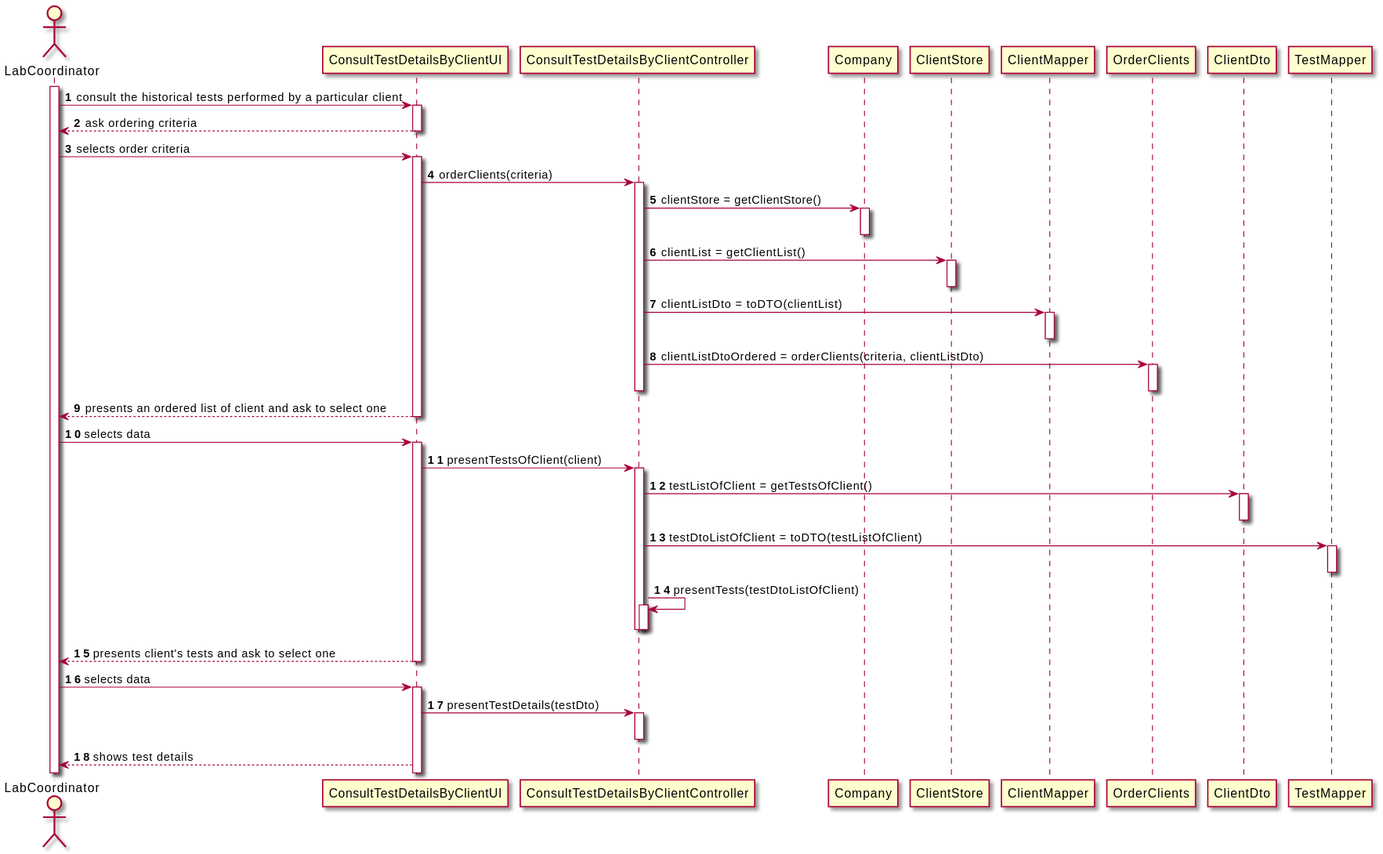
0franciscor/lei-21-s2-1de-g19 keeps this PlantUML diagram as docs/SprintD/US13/US13_SD.svg. Above is the earlier version. The source it was exported from:
```plantuml
@startuml

autonumber
actor "LabCoordinator" as LB
activate LB
LB -> ConsultTestDetailsByClientUI : consult the historical tests performed by a particular client
activate ConsultTestDetailsByClientUI
ConsultTestDetailsByClientUI --> LB : ask ordering criteria
deactivate ConsultTestDetailsByClientUI
LB -> ConsultTestDetailsByClientUI : selects order criteria
activate ConsultTestDetailsByClientUI
ConsultTestDetailsByClientUI -> ConsultTestDetailsByClientController : orderClients(criteria)
activate ConsultTestDetailsByClientController
ConsultTestDetailsByClientController -> Company : clientStore = getClientStore()
activate Company
deactivate Company
ConsultTestDetailsByClientController -> ClientStore : clientList = getClientList()
activate ClientStore
deactivate ClientStore
ConsultTestDetailsByClientController -> ClientMapper  : clientListDto = toDTO(clientList)
activate ClientMapper
deactivate ClientMapper
ConsultTestDetailsByClientController -> OrderClients : clientListDtoOrdered = orderClients(criteria, clientListDto)
activate OrderClients
deactivate OrderClients
deactivate ConsultTestDetailsByClientController

ConsultTestDetailsByClientUI --> LB : presents an ordered list of client and ask to select one
deactivate ConsultTestDetailsByClientUI
LB -> ConsultTestDetailsByClientUI : selects data
activate ConsultTestDetailsByClientUI
ConsultTestDetailsByClientUI -> ConsultTestDetailsByClientController :  presentTestsOfClient(client)
activate ConsultTestDetailsByClientController
ConsultTestDetailsByClientController -> ClientDto : testListOfClient = getTestsOfClient()
activate ClientDto
deactivate ClientDto
ConsultTestDetailsByClientController -> TestMapper : testDtoListOfClient = toDTO(testListOfClient)
activate TestMapper
deactivate TestMapper
ConsultTestDetailsByClientController -> ConsultTestDetailsByClientController ++ : presentTests(testDtoListOfClient)
deactivate ConsultTestDetailsByClientController
deactivate ConsultTestDetailsByClientController
ConsultTestDetailsByClientUI --> LB : presents client's tests and ask to select one
deactivate ConsultTestDetailsByClientUI
LB -> ConsultTestDetailsByClientUI : selects data
activate ConsultTestDetailsByClientUI
ConsultTestDetailsByClientUI -> ConsultTestDetailsByClientController  : presentTestDetails(testDto)
activate ConsultTestDetailsByClientController

deactivate ConsultTestDetailsByClientController
ConsultTestDetailsByClientUI --> LB : shows test details


@enduml
```
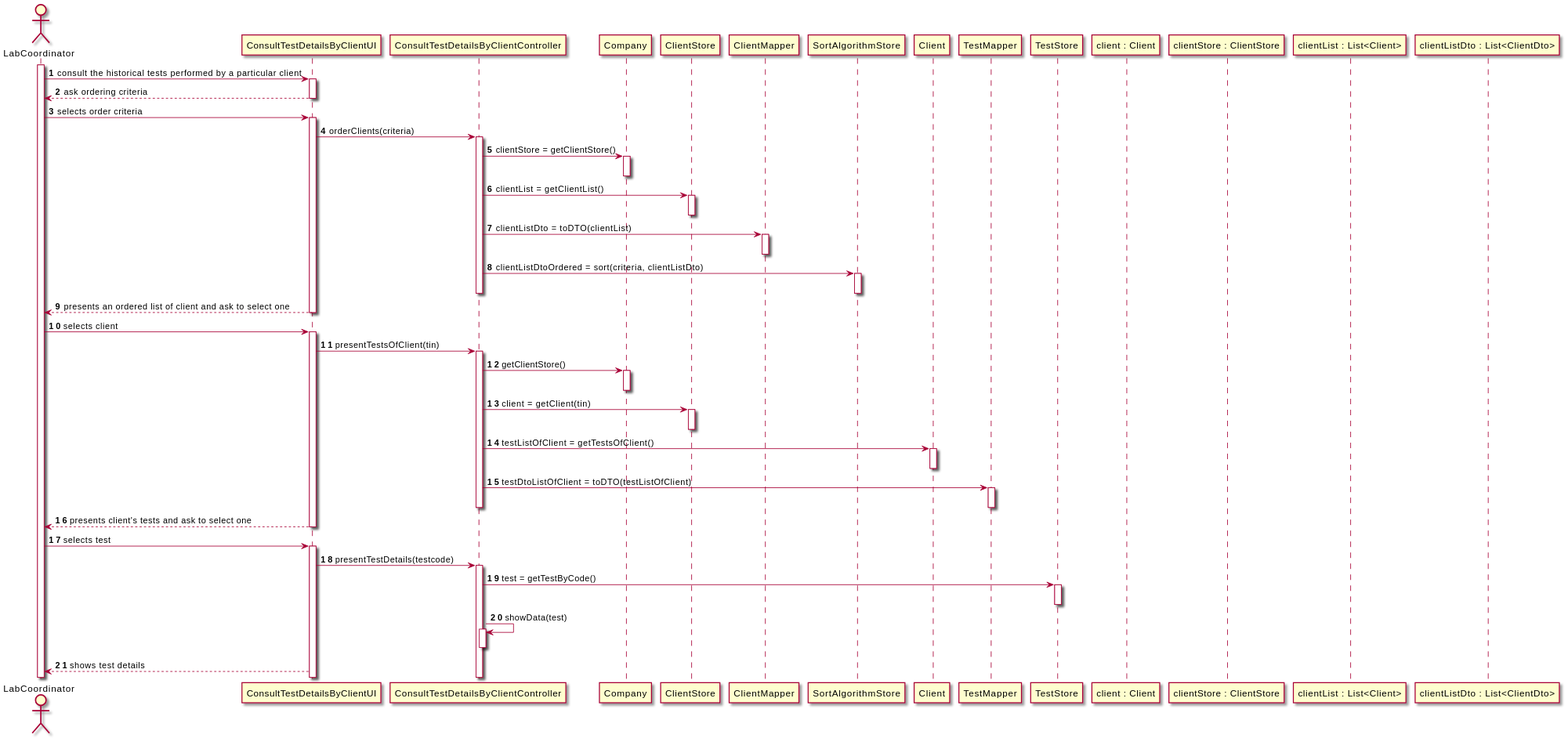
After the change.

Diff of the diagram source:
```diff
@@ -20,35 +20,45 @@
 ConsultTestDetailsByClientController -> ClientMapper  : clientListDto = toDTO(clientList)
 activate ClientMapper
 deactivate ClientMapper
-ConsultTestDetailsByClientController -> OrderClients : clientListDtoOrdered = orderClients(criteria, clientListDto)
-activate OrderClients
-deactivate OrderClients
+ConsultTestDetailsByClientController -> SortAlgorithmStore : clientListDtoOrdered = sort(criteria, clientListDto)
+activate SortAlgorithmStore
+deactivate SortAlgorithmStore
 deactivate ConsultTestDetailsByClientController
 
 ConsultTestDetailsByClientUI --> LB : presents an ordered list of client and ask to select one
 deactivate ConsultTestDetailsByClientUI
-LB -> ConsultTestDetailsByClientUI : selects data
+LB -> ConsultTestDetailsByClientUI : selects client
 activate ConsultTestDetailsByClientUI
-ConsultTestDetailsByClientUI -> ConsultTestDetailsByClientController :  presentTestsOfClient(client)
+ConsultTestDetailsByClientUI -> ConsultTestDetailsByClientController :  presentTestsOfClient(tin)
 activate ConsultTestDetailsByClientController
-ConsultTestDetailsByClientController -> ClientDto : testListOfClient = getTestsOfClient()
-activate ClientDto
-deactivate ClientDto
+ConsultTestDetailsByClientController -> Company ++ : getClientStore()
+deactivate Company
+ConsultTestDetailsByClientController -> ClientStore ++ : client = getClient(tin)
+deactivate ClientStore
+ConsultTestDetailsByClientController -> Client ++ : testListOfClient = getTestsOfClient()
+deactivate Client
 ConsultTestDetailsByClientController -> TestMapper : testDtoListOfClient = toDTO(testListOfClient)
 activate TestMapper
 deactivate TestMapper
-ConsultTestDetailsByClientController -> ConsultTestDetailsByClientController ++ : presentTests(testDtoListOfClient)
-deactivate ConsultTestDetailsByClientController
 deactivate ConsultTestDetailsByClientController
 ConsultTestDetailsByClientUI --> LB : presents client's tests and ask to select one
 deactivate ConsultTestDetailsByClientUI
-LB -> ConsultTestDetailsByClientUI : selects data
+LB -> ConsultTestDetailsByClientUI : selects test
 activate ConsultTestDetailsByClientUI
-ConsultTestDetailsByClientUI -> ConsultTestDetailsByClientController  : presentTestDetails(testDto)
+
+ConsultTestDetailsByClientUI -> ConsultTestDetailsByClientController  : presentTestDetails(testcode)
+activate ConsultTestDetailsByClientController
+ConsultTestDetailsByClientController -> TestStore ++: test = getTestByCode()
+deactivate TestStore
+ConsultTestDetailsByClientController -> ConsultTestDetailsByClientController : showData(test)
 activate ConsultTestDetailsByClientController
 
 deactivate ConsultTestDetailsByClientController
 ConsultTestDetailsByClientUI --> LB : shows test details
+participant "client : Client"
+participant "clientStore : ClientStore"
+participant "clientList : List<Client>"
+participant "clientListDto : List<ClientDto>"
 
 
 @enduml
```
